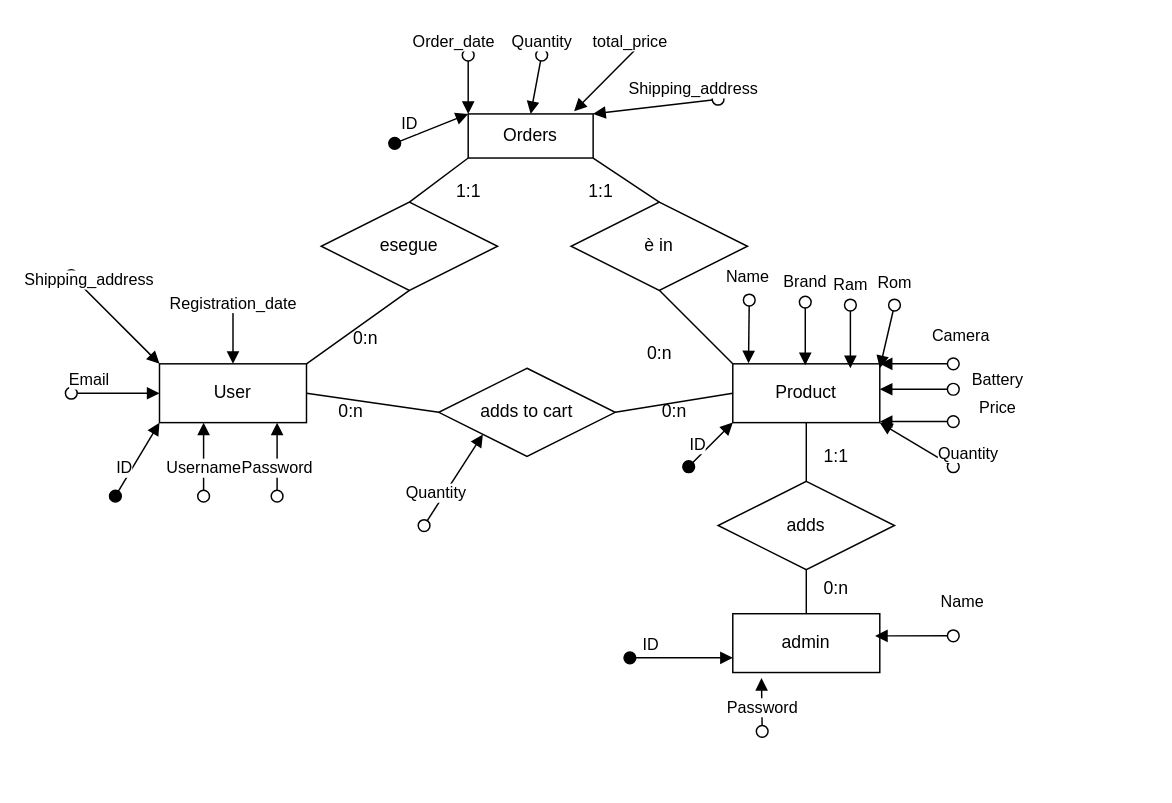
Before: PhoneShop.drawio in DonaldoHoxha/UpdatedPhoneShop, a draw.io diagram. Source tidied: cells renumbered, new cells numbered last; positions are measured from the earlier drawing's top-left corner, leaving out a move shared by most shapes. Both pictures are drawn from the tidied source at 147%, with x=0, y=0 at pixel (71, 40).
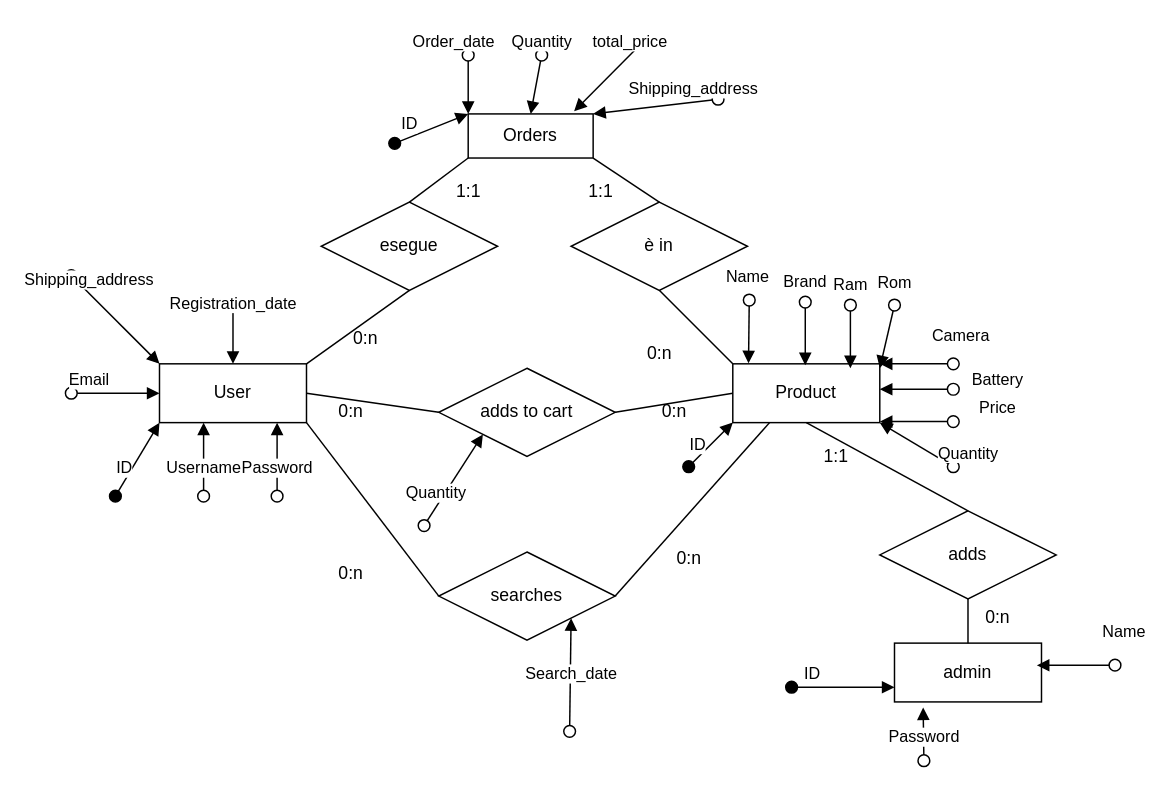
After the change.

Unchanged cells that the change refers to:
```xml
<mxCell id="2" value="User" style="whiteSpace=wrap;html=1;align=center;" parent="1" vertex="1">
  <mxGeometry x="60" y="220" width="100" height="40" as="geometry" />
</mxCell>
<mxCell id="3" value="Product" style="whiteSpace=wrap;html=1;align=center;" parent="1" vertex="1">
  <mxGeometry x="450" y="220" width="100" height="40" as="geometry" />
</mxCell>
```

Diff of the diagram source:
```diff
@@
     <mxCell id="8" value="admin" style="whiteSpace=wrap;html=1;align=center;" parent="1" vertex="1">
-      <mxGeometry x="450" y="390" width="100" height="40" as="geometry" />
+      <mxGeometry x="560" y="410" width="100" height="40" as="geometry" />
     </mxCell>
     <mxCell id="9" value="adds" style="shape=rhombus;perimeter=rhombusPerimeter;whiteSpace=wrap;html=1;align=center;" parent="1" vertex="1">
-      <mxGeometry x="440" y="300" width="120" height="60" as="geometry" />
+      <mxGeometry x="550" y="320" width="120" height="60" as="geometry" />
     </mxCell>
@@
     <mxCell id="11" value="0:n" style="text;html=1;align=center;verticalAlign=middle;strokeColor=none;fillColor=none;" parent="1" vertex="1">
-      <mxGeometry x="500" y="358" width="40" height="30" as="geometry" />
+      <mxGeometry x="610" y="378" width="40" height="30" as="geometry" />
     </mxCell>
@@
     <mxCell id="31" value="ID" style="html=1;verticalAlign=bottom;startArrow=oval;startFill=1;endArrow=block;startSize=8;curved=0;rounded=0;entryX=0;entryY=0.75;entryDx=0;entryDy=0;" parent="1" edge="1" target="8">
       <mxGeometry x="-0.6" relative="1" as="geometry">
-        <mxPoint x="380" y="420" as="sourcePoint" />
+        <mxPoint x="490" y="440" as="sourcePoint" />
       </mxGeometry>
     </mxCell>
     <mxCell id="32" value="Name" style="html=1;verticalAlign=bottom;startArrow=oval;startFill=0;endArrow=block;startSize=8;curved=0;rounded=0;entryX=0.968;entryY=0.377;entryDx=0;entryDy=0;entryPerimeter=0;" parent="1" edge="1" target="8">
       <mxGeometry x="-1" y="-7" relative="1" as="geometry">
-        <mxPoint x="600" y="405" as="sourcePoint" />
+        <mxPoint x="710" y="425" as="sourcePoint" />
         <mxPoint x="6" y="-7" as="offset" />
       </mxGeometry>
     </mxCell>
     <mxCell id="33" value="Password" style="html=1;verticalAlign=bottom;startArrow=oval;startFill=0;endArrow=block;startSize=8;curved=0;rounded=0;entryX=0.195;entryY=1.094;entryDx=0;entryDy=0;entryPerimeter=0;" parent="1" edge="1" target="8">
       <mxGeometry x="-0.6" relative="1" as="geometry">
-        <mxPoint x="470" y="470" as="sourcePoint" />
+        <mxPoint x="580" y="490" as="sourcePoint" />
       </mxGeometry>
     </mxCell>
@@
+    <mxCell id="50" value="searches" style="shape=rhombus;perimeter=rhombusPerimeter;whiteSpace=wrap;html=1;align=center;" parent="1" vertex="1">
+      <mxGeometry x="250" y="348" width="120" height="60" as="geometry" />
+    </mxCell>
+    <mxCell id="51" style="endArrow=none;html=1;rounded=0;exitX=1;exitY=1;exitDx=0;exitDy=0;entryX=0;entryY=0.5;entryDx=0;entryDy=0;" parent="1" edge="1" source="2" target="50">
+      <mxGeometry relative="1" as="geometry" />
+    </mxCell>
+    <mxCell id="52" style="endArrow=none;html=1;rounded=0;exitX=0.25;exitY=1;exitDx=0;exitDy=0;entryX=1;entryY=0.5;entryDx=0;entryDy=0;" parent="1" edge="1" source="3" target="50">
+      <mxGeometry relative="1" as="geometry" />
+    </mxCell>
+    <mxCell id="53" value="0:n" style="text;html=1;align=center;verticalAlign=middle;strokeColor=none;fillColor=none;" parent="1" vertex="1">
+      <mxGeometry x="170" y="348" width="40" height="30" as="geometry" />
+    </mxCell>
+    <mxCell id="54" value="0:n" style="text;html=1;align=center;verticalAlign=middle;strokeColor=none;fillColor=none;" parent="1" vertex="1">
+      <mxGeometry x="400" y="338" width="40" height="30" as="geometry" />
+    </mxCell>
+    <mxCell id="55" value="Search_date" style="html=1;verticalAlign=bottom;startArrow=oval;startFill=0;endArrow=block;startSize=8;curved=0;rounded=0;entryX=1;entryY=1;entryDx=0;entryDy=0;" parent="1" edge="1" target="50">
+      <mxGeometry x="-0.22" y="-1" relative="1" as="geometry">
+        <mxPoint x="339" y="470" as="sourcePoint" />
+      </mxGeometry>
+    </mxCell>
```
